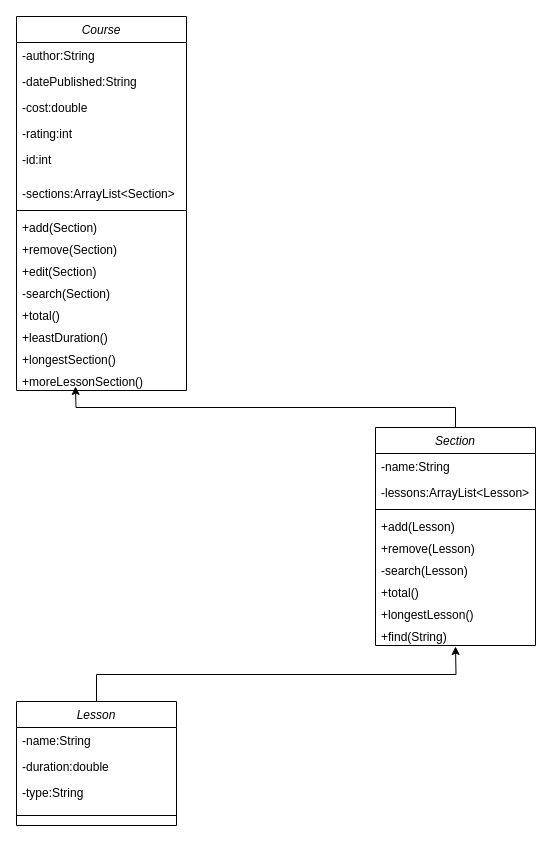
Before: page "Class_Diagram" (1 of 4) of docs/Udemy_UML_Diagrams.drawio in Ram-SrinivasChandran/Udemy_Mini_Project, a draw.io diagram. Source tidied: cells renumbered, new cells numbered last; positions are measured from the earlier drawing's top-left corner, leaving out a move shared by most shapes. Both pictures are drawn from the tidied source at 100%, with x=0, y=0 at pixel (16, 16).
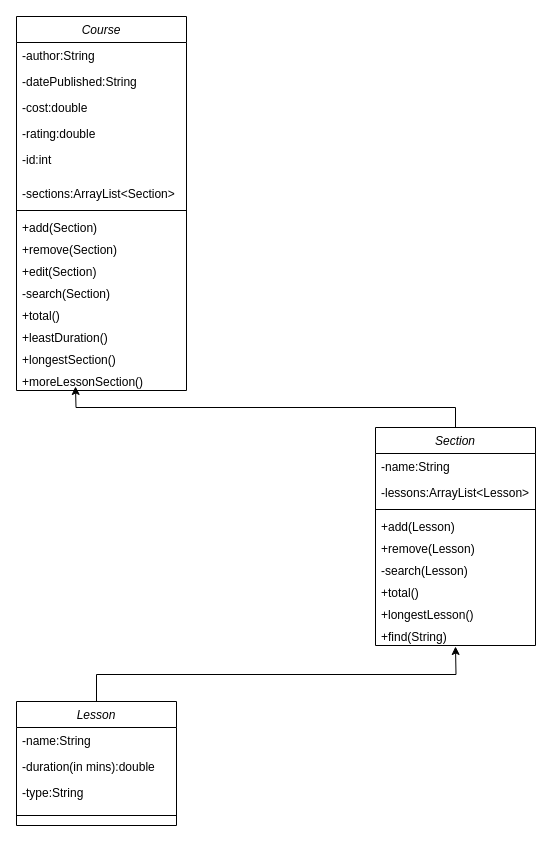
The same diagram, later.

The change refers to these unchanged cells:
```xml
<mxCell id="2" value="Course" style="swimlane;fontStyle=2;align=center;verticalAlign=top;horizontal=1;startSize=26;rounded=0;shadow=0;strokeWidth=1;" parent="1" vertex="1">
  <mxGeometry width="170" height="374" as="geometry" />
</mxCell>
<mxCell id="30" value="Lesson" style="swimlane;fontStyle=2;align=center;verticalAlign=top;horizontal=1;startSize=26;rounded=0;shadow=0;strokeWidth=1;" parent="1" vertex="1">
  <mxGeometry y="685" width="160" height="124" as="geometry" />
</mxCell>
```

The edit, as a diff of the source:
```diff
@@
-    <mxCell id="6" value="-rating:int" style="text;align=left;verticalAlign=top;spacingLeft=4;spacingRight=4;overflow=hidden;rounded=0;shadow=0;html=0;" parent="2" vertex="1">
+    <mxCell id="6" value="-rating:double" style="text;align=left;verticalAlign=top;spacingLeft=4;spacingRight=4;overflow=hidden;rounded=0;shadow=0;html=0;" parent="2" vertex="1">
       <mxGeometry y="104" width="170" height="26" as="geometry" />
     </mxCell>
@@
-    <mxCell id="32" value="-duration:double" style="text;align=left;verticalAlign=top;spacingLeft=4;spacingRight=4;overflow=hidden;" parent="30" vertex="1">
+    <mxCell id="32" value="-duration(in mins):double" style="text;align=left;verticalAlign=top;spacingLeft=4;spacingRight=4;overflow=hidden;" parent="30" vertex="1">
       <mxGeometry y="52" width="160" height="26" as="geometry" />
     </mxCell>
```
